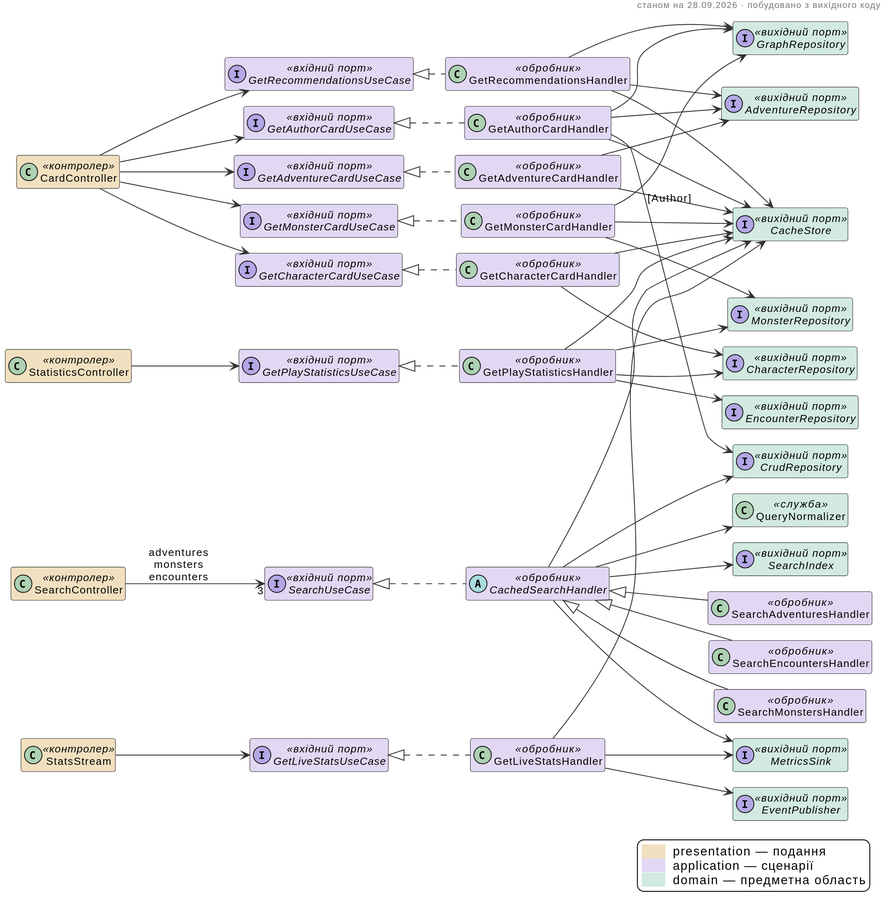
This is docs/diagrams/04-query-path.svg from Oleksiiska/DB_coursework_D-D, a PlantUML export, as it was before one commit.
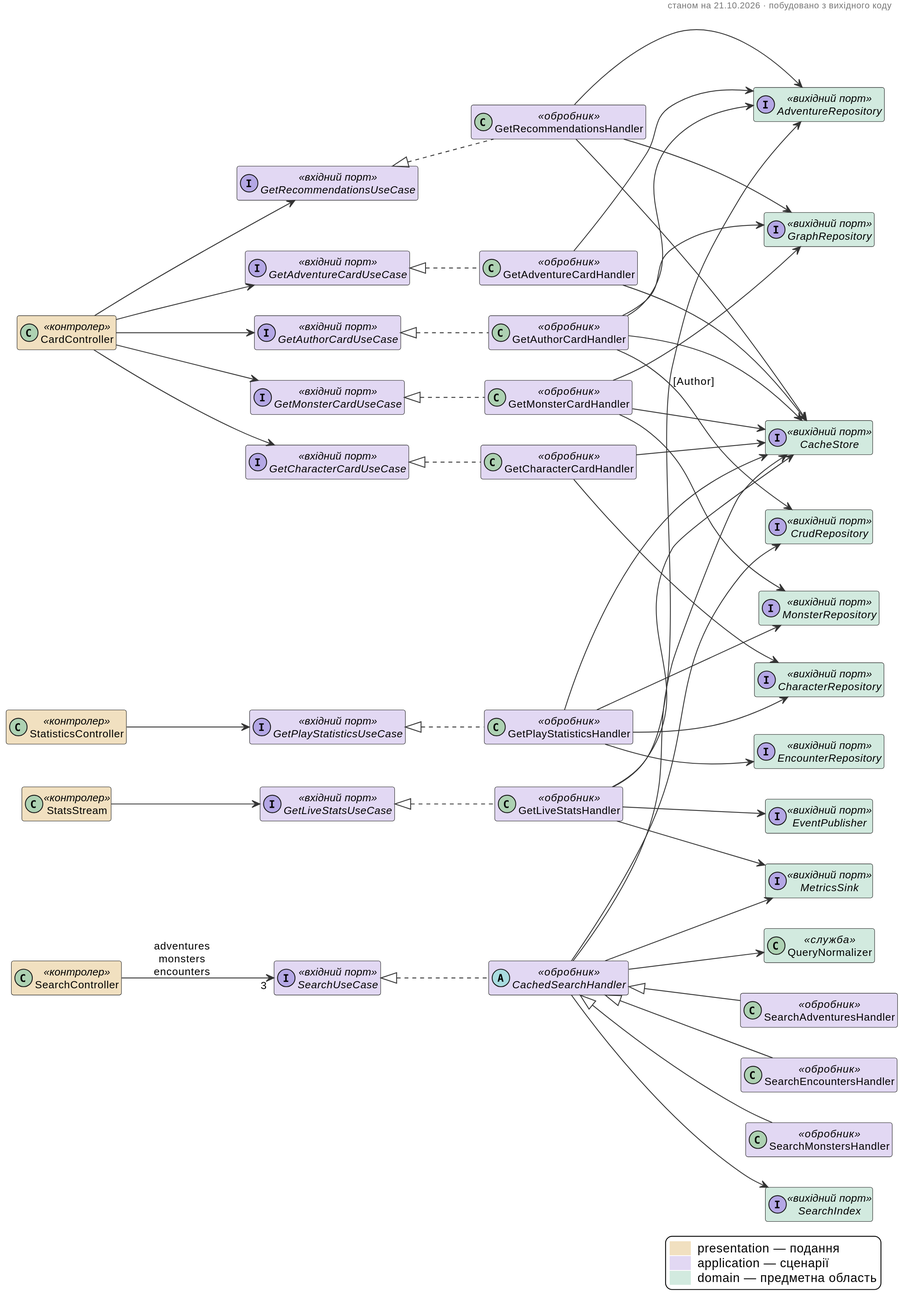
The same file after the commit.

What changed in the source:
```diff
@@ -11,7 +11,7 @@
 hide empty members
 
 header
-станом на 28.09.2026 · побудовано з вихідного коду
+станом на 21.10.2026 · побудовано з вихідного коду
 endheader
 
 left to right direction
@@ -78,6 +78,7 @@
 GetAuthorCardHandler --> GraphRepository
 GetCharacterCardHandler --> CacheStore
 GetCharacterCardHandler --> CharacterRepository
+GetLiveStatsHandler --> AdventureRepository
 GetLiveStatsHandler --> CacheStore
 GetLiveStatsHandler --> EventPublisher
 GetLiveStatsHandler --> MetricsSink
```
